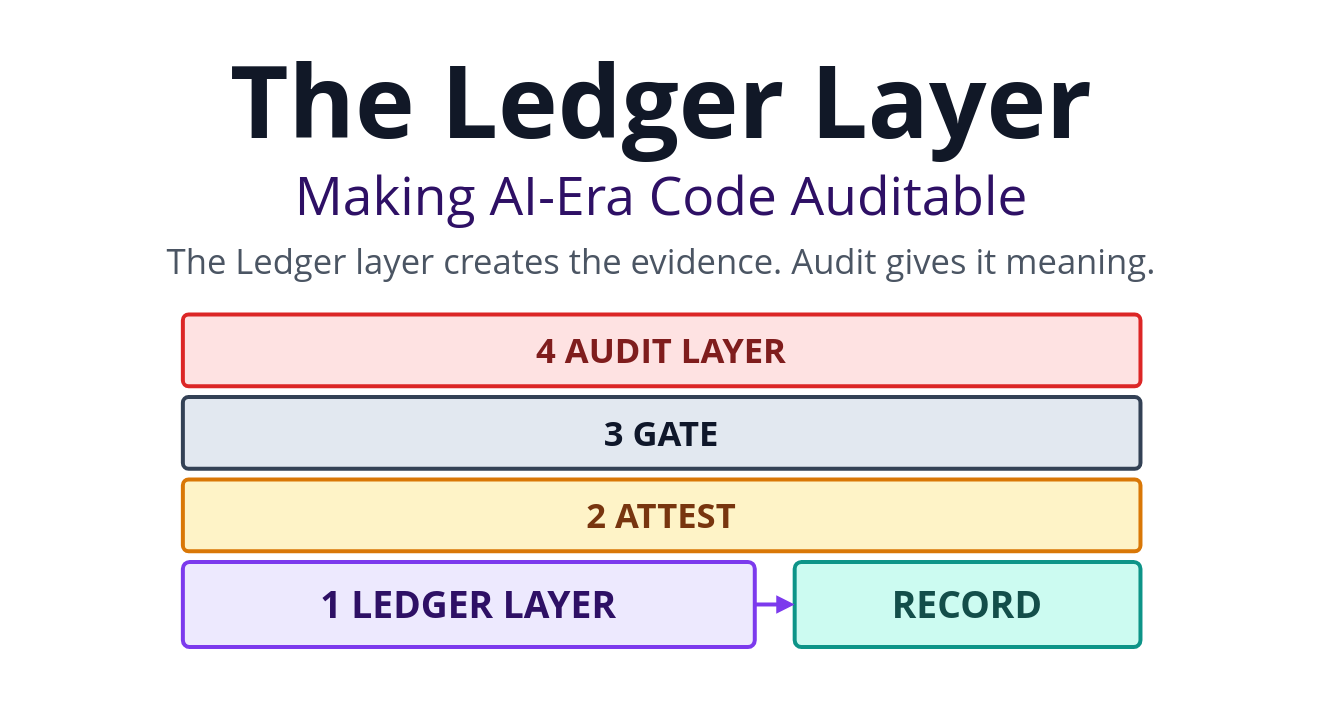
Above: diagrams/00-cover.drawio in i-asimkhan/ledger-layer-pattern (draw.io), before the change. Source tidied: cells renumbered, new cells numbered last; positions are measured from the earlier drawing's top-left corner, leaving out a move shared by most shapes. Both pictures are drawn from the tidied source at 133%, with x=0, y=0 at pixel (23, 35).
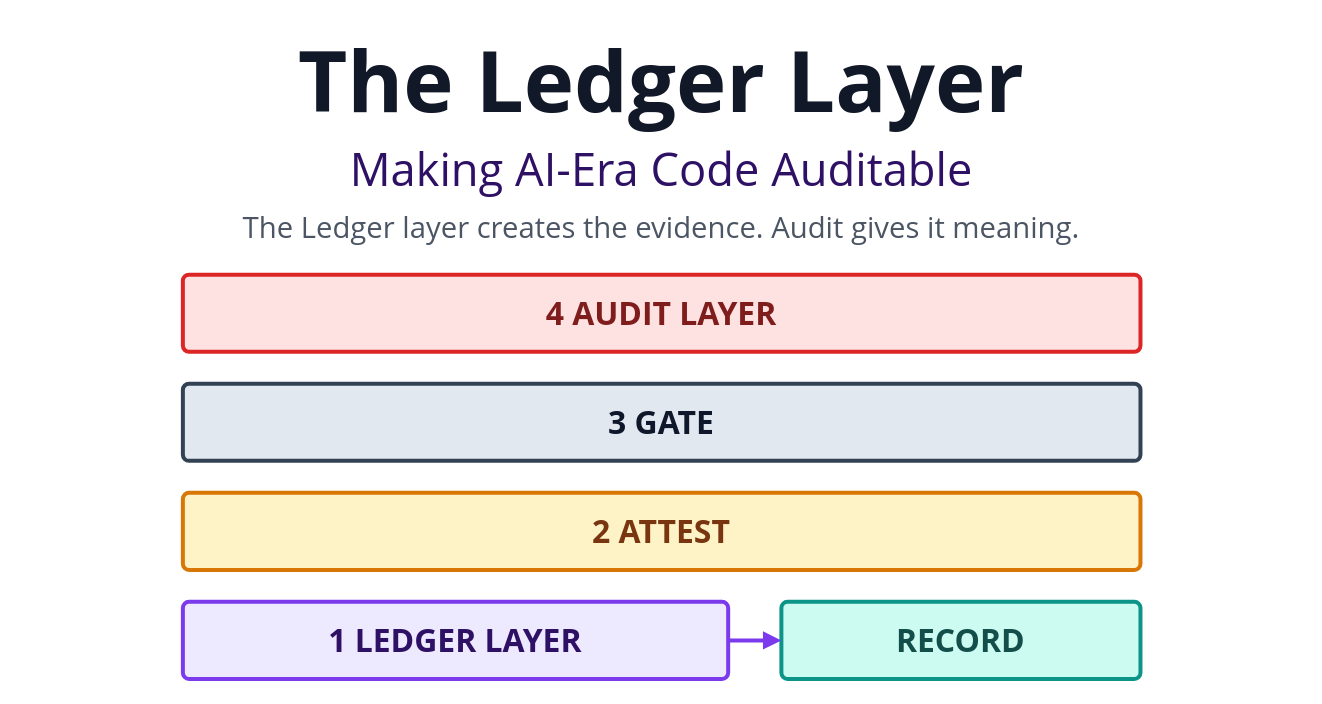
After the change.

What changed in the source:
```diff
@@
 <mxGraphModel>
   <root>
     <mxCell id="0" />
     <mxCell id="1" parent="0" />
-    <mxCell id="2" value="The Ledger Layer" style="text;html=1;strokeColor=none;fillColor=none;whiteSpace=wrap;verticalAlign=middle;align=center;fontSize=76;fontColor=#111827;fontFamily=Segoe UI;fontStyle=1;" parent="1" vertex="1">
-      <mxGeometry width="960" height="96" as="geometry" />
+    <mxCell id="2" value="The Ledger Layer" style="text;html=1;strokeColor=none;fillColor=none;whiteSpace=wrap;verticalAlign=middle;align=center;fontSize=64;fontColor=#111827;fontFamily=Segoe UI;fontStyle=1;" parent="1" vertex="1">
+      <mxGeometry y="-8" width="960" height="84" as="geometry" />
     </mxCell>
-    <mxCell id="3" value="Making AI-Era Code Auditable" style="text;html=1;strokeColor=none;fillColor=none;whiteSpace=wrap;verticalAlign=middle;align=center;fontSize=40;fontColor=#2E1065;fontFamily=Segoe UI;fontStyle=0;" parent="1" vertex="1">
-      <mxGeometry y="94" width="960" height="52" as="geometry" />
+    <mxCell id="3" value="Making AI-Era Code Auditable" style="text;html=1;strokeColor=none;fillColor=none;whiteSpace=wrap;verticalAlign=middle;align=center;fontSize=34;fontColor=#2E1065;fontFamily=Segoe UI;fontStyle=0;" parent="1" vertex="1">
+      <mxGeometry y="78" width="960" height="46" as="geometry" />
     </mxCell>
-    <mxCell id="4" value="The Ledger layer creates the evidence. Audit gives it meaning." style="text;html=1;strokeColor=none;fillColor=none;whiteSpace=wrap;verticalAlign=middle;align=center;fontSize=26;fontColor=#4B5563;fontFamily=Segoe UI;fontStyle=0;" parent="1" vertex="1">
-      <mxGeometry y="150" width="960" height="40" as="geometry" />
+    <mxCell id="4" value="The Ledger layer creates the evidence. Audit gives it meaning." style="text;html=1;strokeColor=none;fillColor=none;whiteSpace=wrap;verticalAlign=middle;align=center;fontSize=22;fontColor=#4B5563;fontFamily=Segoe UI;fontStyle=0;" parent="1" vertex="1">
+      <mxGeometry y="128" width="960" height="32" as="geometry" />
     </mxCell>
-    <mxCell id="5" value="&lt;span style=&quot;font-size:26px&quot;&gt;&lt;b&gt;4  AUDIT LAYER&lt;/b&gt;&lt;/span&gt;" style="rounded=1;arcSize=8;whiteSpace=wrap;html=1;fillColor=#FEE2E2;strokeColor=#DC2626;fontColor=#7F1D1D;strokeWidth=3;align=center;verticalAlign=middle;fontSize=24;fontFamily=Segoe UI;" parent="1" vertex="1">
-      <mxGeometry x="120" y="210" width="720" height="54" as="geometry" />
+    <mxCell id="5" value="&lt;span style=&quot;font-size:24px&quot;&gt;&lt;b&gt;4  AUDIT LAYER&lt;/b&gt;&lt;/span&gt;" style="rounded=1;arcSize=8;whiteSpace=wrap;html=1;fillColor=#FEE2E2;strokeColor=#DC2626;fontColor=#7F1D1D;strokeWidth=3;align=center;verticalAlign=middle;fontSize=24;fontFamily=Segoe UI;spacing=14;" parent="1" vertex="1">
+      <mxGeometry x="120" y="180" width="720" height="58" as="geometry" />
     </mxCell>
-    <mxCell id="6" value="&lt;span style=&quot;font-size:26px&quot;&gt;&lt;b&gt;3  GATE&lt;/b&gt;&lt;/span&gt;" style="rounded=1;arcSize=8;whiteSpace=wrap;html=1;fillColor=#E2E8F0;strokeColor=#334155;fontColor=#0F172A;strokeWidth=3;align=center;verticalAlign=middle;fontSize=24;fontFamily=Segoe UI;" parent="1" vertex="1">
-      <mxGeometry x="120" y="272" width="720" height="54" as="geometry" />
+    <mxCell id="6" value="&lt;span style=&quot;font-size:24px&quot;&gt;&lt;b&gt;3  GATE&lt;/b&gt;&lt;/span&gt;" style="rounded=1;arcSize=8;whiteSpace=wrap;html=1;fillColor=#E2E8F0;strokeColor=#334155;fontColor=#0F172A;strokeWidth=3;align=center;verticalAlign=middle;fontSize=24;fontFamily=Segoe UI;spacing=14;" parent="1" vertex="1">
+      <mxGeometry x="120" y="262" width="720" height="58" as="geometry" />
     </mxCell>
-    <mxCell id="7" value="&lt;span style=&quot;font-size:26px&quot;&gt;&lt;b&gt;2  ATTEST&lt;/b&gt;&lt;/span&gt;" style="rounded=1;arcSize=8;whiteSpace=wrap;html=1;fillColor=#FEF3C7;strokeColor=#D97706;fontColor=#78350F;strokeWidth=3;align=center;verticalAlign=middle;fontSize=24;fontFamily=Segoe UI;" parent="1" vertex="1">
-      <mxGeometry x="120" y="334" width="720" height="54" as="geometry" />
+    <mxCell id="7" value="&lt;span style=&quot;font-size:24px&quot;&gt;&lt;b&gt;2  ATTEST&lt;/b&gt;&lt;/span&gt;" style="rounded=1;arcSize=8;whiteSpace=wrap;html=1;fillColor=#FEF3C7;strokeColor=#D97706;fontColor=#78350F;strokeWidth=3;align=center;verticalAlign=middle;fontSize=24;fontFamily=Segoe UI;spacing=14;" parent="1" vertex="1">
+      <mxGeometry x="120" y="344" width="720" height="58" as="geometry" />
     </mxCell>
-    <mxCell id="8" value="&lt;span style=&quot;font-size:28px&quot;&gt;&lt;b&gt;1  LEDGER LAYER&lt;/b&gt;&lt;/span&gt;" style="rounded=1;arcSize=8;whiteSpace=wrap;html=1;fillColor=#EDE9FE;strokeColor=#7C3AED;fontColor=#2E1065;strokeWidth=3;align=center;verticalAlign=middle;fontSize=24;fontFamily=Segoe UI;" parent="1" vertex="1">
-      <mxGeometry x="120" y="396" width="430" height="64" as="geometry" />
+    <mxCell id="8" value="&lt;span style=&quot;font-size:24px&quot;&gt;&lt;b&gt;1  LEDGER LAYER&lt;/b&gt;&lt;/span&gt;" style="rounded=1;arcSize=8;whiteSpace=wrap;html=1;fillColor=#EDE9FE;strokeColor=#7C3AED;fontColor=#2E1065;strokeWidth=3;align=center;verticalAlign=middle;fontSize=24;fontFamily=Segoe UI;spacing=14;" parent="1" vertex="1">
+      <mxGeometry x="120" y="426" width="410" height="58" as="geometry" />
     </mxCell>
-    <mxCell id="9" value="&lt;span style=&quot;font-size:28px&quot;&gt;&lt;b&gt;RECORD&lt;/b&gt;&lt;/span&gt;" style="rounded=1;arcSize=8;whiteSpace=wrap;html=1;fillColor=#CCFBF1;strokeColor=#0D9488;fontColor=#134E4A;strokeWidth=3;align=center;verticalAlign=middle;fontSize=24;fontFamily=Segoe UI;" parent="1" vertex="1">
-      <mxGeometry x="580" y="396" width="260" height="64" as="geometry" />
+    <mxCell id="9" value="&lt;span style=&quot;font-size:24px&quot;&gt;&lt;b&gt;RECORD&lt;/b&gt;&lt;/span&gt;" style="rounded=1;arcSize=8;whiteSpace=wrap;html=1;fillColor=#CCFBF1;strokeColor=#0D9488;fontColor=#134E4A;strokeWidth=3;align=center;verticalAlign=middle;fontSize=24;fontFamily=Segoe UI;spacing=14;" parent="1" vertex="1">
+      <mxGeometry x="570" y="426" width="270" height="58" as="geometry" />
     </mxCell>
     <mxCell id="10" style="endArrow=block;endFill=1;html=1;rounded=0;strokeColor=#7C3AED;strokeWidth=3;" parent="1" edge="1">
       <mxGeometry relative="1" as="geometry">
-        <mxPoint x="550" y="428" as="sourcePoint" />
-        <mxPoint x="580" y="428" as="targetPoint" />
+        <mxPoint x="530" y="455" as="sourcePoint" />
+        <mxPoint x="570" y="455" as="targetPoint" />
       </mxGeometry>
     </mxCell>
   </root>
 </mxGraphModel>
```
